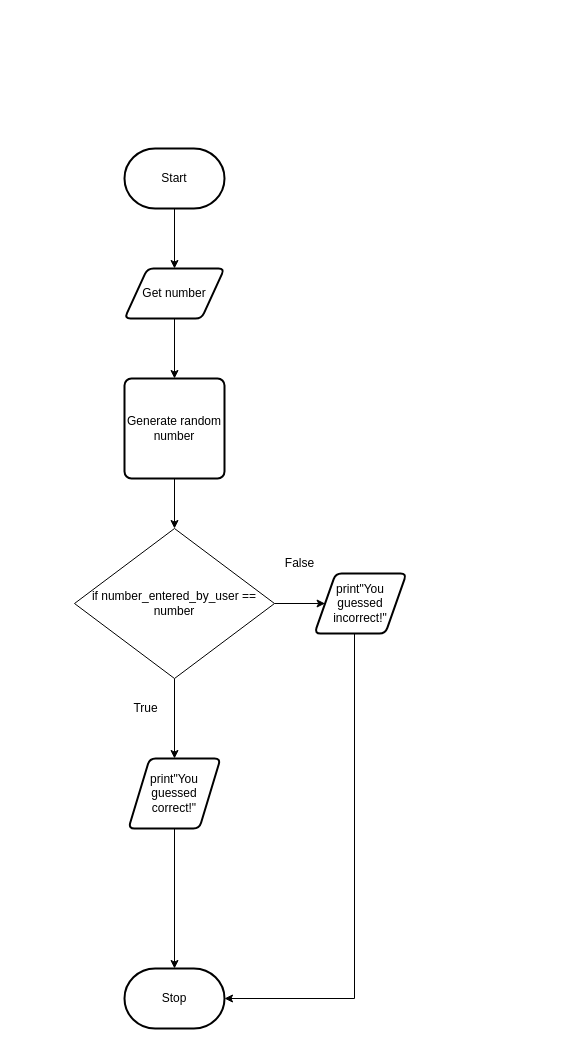
Before: flowchart.drawio in michael-clermont1/ICS3U-Unit6-01-Python, a draw.io diagram. Source tidied: cells renumbered, new cells numbered last; positions are measured from the earlier drawing's top-left corner, leaving out a move shared by most shapes. Both pictures are drawn from the tidied source at 100%, with x=0, y=0 at pixel (74, 148).
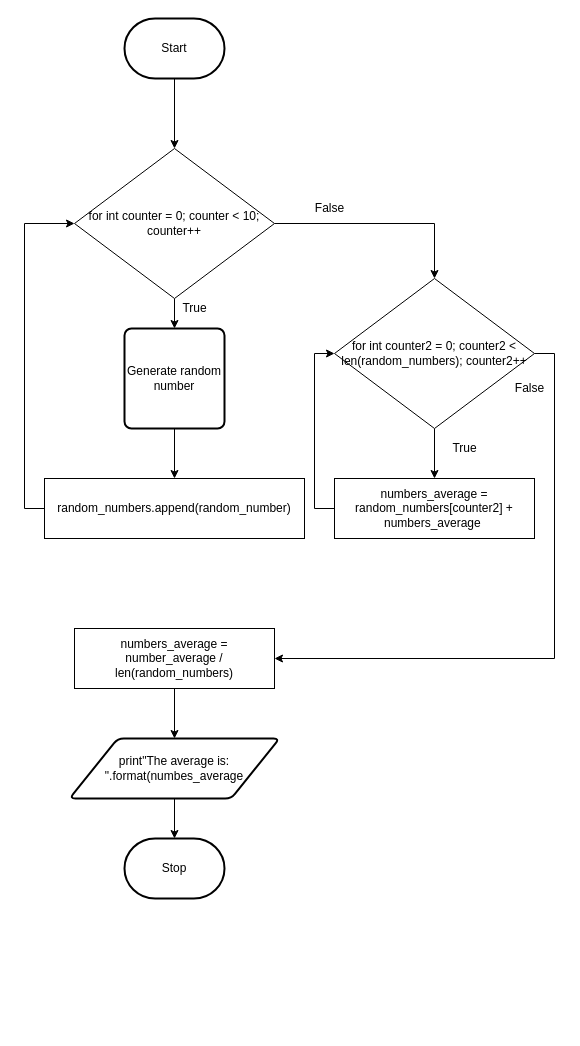
The same page after the edit.

The edit, as a diff of the source:
```diff
@@
-    <mxCell id="2" style="edgeStyle=orthogonalEdgeStyle;rounded=0;html=1;exitX=0.5;exitY=1;exitDx=0;exitDy=0;entryX=0.5;entryY=0;entryDx=0;entryDy=0;" parent="1" edge="1" source="3" target="17">
-      <mxGeometry relative="1" as="geometry" />
-    </mxCell>
-    <mxCell id="3" value="Get number" style="shape=parallelogram;html=1;strokeWidth=2;perimeter=parallelogramPerimeter;whiteSpace=wrap;rounded=1;arcSize=12;size=0.23;" parent="1" vertex="1">
-      <mxGeometry x="50" y="120" width="100" height="50" as="geometry" />
-    </mxCell>
-    <mxCell id="4" style="edgeStyle=orthogonalEdgeStyle;rounded=0;html=1;entryX=0.5;entryY=0;entryDx=0;entryDy=0;" parent="1" edge="1" source="5" target="3">
-      <mxGeometry relative="1" as="geometry" />
-    </mxCell>
+    <mxCell id="18" style="edgeStyle=orthogonalEdgeStyle;rounded=0;html=1;entryX=0.5;entryY=0;entryDx=0;entryDy=0;" parent="1" edge="1" source="5" target="13">
+      <mxGeometry relative="1" as="geometry" />
+    </mxCell>
     <mxCell id="5" value="Start" style="strokeWidth=2;html=1;shape=mxgraph.flowchart.terminator;whiteSpace=wrap;" parent="1" vertex="1">
-      <mxGeometry x="50" width="100" height="60" as="geometry" />
+      <mxGeometry x="50" y="-130" width="100" height="60" as="geometry" />
     </mxCell>
     <mxCell id="6" value="Stop" style="strokeWidth=2;html=1;shape=mxgraph.flowchart.terminator;whiteSpace=wrap;" parent="1" vertex="1">
-      <mxGeometry x="50" y="820" width="100" height="60" as="geometry" />
+      <mxGeometry x="50" y="690" width="100" height="60" as="geometry" />
     </mxCell>
-    <mxCell id="7" style="edgeStyle=orthogonalEdgeStyle;rounded=0;html=1;entryX=0.5;entryY=0;entryDx=0;entryDy=0;entryPerimeter=0;" parent="1" edge="1" source="8" target="6">
-      <mxGeometry relative="1" as="geometry" />
-    </mxCell>
-    <mxCell id="8" value="print&quot;You guessed correct!&quot;" style="shape=parallelogram;html=1;strokeWidth=2;perimeter=parallelogramPerimeter;whiteSpace=wrap;rounded=1;arcSize=12;size=0.23;" parent="1" vertex="1">
-      <mxGeometry x="54" y="610" width="92" height="70" as="geometry" />
-    </mxCell>
-    <mxCell id="9" style="edgeStyle=orthogonalEdgeStyle;rounded=0;html=1;entryX=1;entryY=0.5;entryDx=0;entryDy=0;entryPerimeter=0;" parent="1" edge="1" source="10" target="6">
-      <mxGeometry relative="1" as="geometry">
-        <Array as="points">
-          <mxPoint x="280" y="850" />
-        </Array>
-      </mxGeometry>
+    <mxCell id="9" style="edgeStyle=orthogonalEdgeStyle;rounded=0;html=1;entryX=0.5;entryY=0;entryDx=0;entryDy=0;entryPerimeter=0;" parent="1" edge="1" source="10" target="6">
+      <mxGeometry relative="1" as="geometry" />
     </mxCell>
-    <mxCell id="10" value="print&quot;You guessed incorrect!&quot;" style="shape=parallelogram;html=1;strokeWidth=2;perimeter=parallelogramPerimeter;whiteSpace=wrap;rounded=1;arcSize=12;size=0.23;" parent="1" vertex="1">
-      <mxGeometry x="240" y="425" width="92" height="60" as="geometry" />
+    <mxCell id="10" value="print&quot;The average is: &quot;.format(numbes_average" style="shape=parallelogram;html=1;strokeWidth=2;perimeter=parallelogramPerimeter;whiteSpace=wrap;rounded=1;arcSize=12;size=0.23;" parent="1" vertex="1">
+      <mxGeometry x="-5" y="590" width="210" height="60" as="geometry" />
     </mxCell>
-    <mxCell id="11" style="edgeStyle=none;html=1;entryX=0.5;entryY=0;entryDx=0;entryDy=0;" parent="1" edge="1" source="13" target="8">
-      <mxGeometry relative="1" as="geometry" />
-    </mxCell>
-    <mxCell id="12" style="edgeStyle=orthogonalEdgeStyle;html=1;entryX=0;entryY=0.5;entryDx=0;entryDy=0;" parent="1" edge="1" source="13" target="10">
-      <mxGeometry relative="1" as="geometry" />
-    </mxCell>
+    <mxCell id="19" style="edgeStyle=orthogonalEdgeStyle;rounded=0;html=1;entryX=0.5;entryY=0;entryDx=0;entryDy=0;" parent="1" edge="1" source="13" target="17">
+      <mxGeometry relative="1" as="geometry" />
+    </mxCell>
+    <mxCell id="20" style="edgeStyle=orthogonalEdgeStyle;rounded=0;html=1;entryX=0.5;entryY=0;entryDx=0;entryDy=0;" parent="1" edge="1" source="13" target="26">
+      <mxGeometry relative="1" as="geometry" />
+    </mxCell>
-    <mxCell id="13" value="&lt;span&gt;if number_entered_by_user == number&lt;/span&gt;" style="rhombus;whiteSpace=wrap;html=1;" parent="1" vertex="1">
-      <mxGeometry y="380" width="200" height="150" as="geometry" />
+    <mxCell id="13" value="for int counter = 0; counter &amp;lt; 10; counter++" style="rhombus;whiteSpace=wrap;html=1;" parent="1" vertex="1">
+      <mxGeometry width="200" height="150" as="geometry" />
     </mxCell>
     <mxCell id="14" value="False" style="text;html=1;align=center;verticalAlign=middle;fillColor=none;strokeColor=none;rounded=0;" parent="1" vertex="1">
-      <mxGeometry x="200" y="405" width="50" height="20" as="geometry" />
+      <mxGeometry x="430" y="230" width="50" height="20" as="geometry" />
     </mxCell>
     <mxCell id="15" value="True" style="text;html=1;align=center;verticalAlign=middle;fillColor=none;strokeColor=none;rounded=0;" parent="1" vertex="1">
-      <mxGeometry x="51" y="550" width="40" height="20" as="geometry" />
+      <mxGeometry x="370" y="290" width="40" height="20" as="geometry" />
     </mxCell>
-    <mxCell id="16" style="edgeStyle=orthogonalEdgeStyle;rounded=0;html=1;entryX=0.5;entryY=0;entryDx=0;entryDy=0;" parent="1" edge="1" source="17" target="13">
-      <mxGeometry relative="1" as="geometry" />
-    </mxCell>
+    <mxCell id="21" style="edgeStyle=orthogonalEdgeStyle;rounded=0;html=1;entryX=0.5;entryY=0;entryDx=0;entryDy=0;" parent="1" edge="1" source="17" target="23">
+      <mxGeometry relative="1" as="geometry" />
+    </mxCell>
     <mxCell id="17" value="Generate random number" style="rounded=1;whiteSpace=wrap;html=1;absoluteArcSize=1;arcSize=14;strokeWidth=2;" parent="1" vertex="1">
-      <mxGeometry x="50" y="230" width="100" height="100" as="geometry" />
+      <mxGeometry x="50" y="180" width="100" height="100" as="geometry" />
     </mxCell>
+    <mxCell id="22" style="edgeStyle=orthogonalEdgeStyle;rounded=0;html=1;entryX=0;entryY=0.5;entryDx=0;entryDy=0;" parent="1" edge="1" source="23" target="13">
+      <mxGeometry relative="1" as="geometry">
+        <Array as="points">
+          <mxPoint x="-50" y="360" />
+          <mxPoint x="-50" y="75" />
+        </Array>
+      </mxGeometry>
+    </mxCell>
+    <mxCell id="23" value="random_numbers.append(random_number)" style="rounded=0;whiteSpace=wrap;html=1;" parent="1" vertex="1">
+      <mxGeometry x="-30" y="330" width="260" height="60" as="geometry" />
+    </mxCell>
+    <mxCell id="24" style="edgeStyle=orthogonalEdgeStyle;rounded=0;html=1;entryX=0.5;entryY=0;entryDx=0;entryDy=0;" parent="1" edge="1" source="26" target="28">
+      <mxGeometry relative="1" as="geometry" />
+    </mxCell>
+    <mxCell id="25" style="edgeStyle=orthogonalEdgeStyle;rounded=0;html=1;entryX=1;entryY=0.5;entryDx=0;entryDy=0;" parent="1" edge="1" source="26" target="30">
+      <mxGeometry relative="1" as="geometry">
+        <Array as="points">
+          <mxPoint x="480" y="205" />
+          <mxPoint x="480" y="510" />
+        </Array>
+      </mxGeometry>
+    </mxCell>
+    <mxCell id="26" value="for int counter2 = 0; counter2 &amp;lt; len(random_numbers); counter2++" style="rhombus;whiteSpace=wrap;html=1;" parent="1" vertex="1">
+      <mxGeometry x="260" y="130" width="200" height="150" as="geometry" />
+    </mxCell>
+    <mxCell id="27" style="edgeStyle=orthogonalEdgeStyle;rounded=0;html=1;entryX=0;entryY=0.5;entryDx=0;entryDy=0;" parent="1" edge="1" source="28" target="26">
+      <mxGeometry relative="1" as="geometry">
+        <Array as="points">
+          <mxPoint x="240" y="360" />
+          <mxPoint x="240" y="205" />
+        </Array>
+      </mxGeometry>
+    </mxCell>
+    <mxCell id="28" value="numbers_average = random_numbers[counter2] + numbers_average&amp;nbsp;" style="rounded=0;whiteSpace=wrap;html=1;" parent="1" vertex="1">
+      <mxGeometry x="260" y="330" width="200" height="60" as="geometry" />
+    </mxCell>
+    <mxCell id="29" style="edgeStyle=orthogonalEdgeStyle;rounded=0;html=1;entryX=0.5;entryY=0;entryDx=0;entryDy=0;" parent="1" edge="1" source="30" target="10">
+      <mxGeometry relative="1" as="geometry" />
+    </mxCell>
+    <mxCell id="30" value="numbers_average = number_average / len(random_numbers)" style="rounded=0;whiteSpace=wrap;html=1;" parent="1" vertex="1">
+      <mxGeometry y="480" width="200" height="60" as="geometry" />
+    </mxCell>
+    <mxCell id="31" value="True" style="text;html=1;align=center;verticalAlign=middle;fillColor=none;strokeColor=none;rounded=0;" parent="1" vertex="1">
+      <mxGeometry x="100" y="150" width="40" height="20" as="geometry" />
+    </mxCell>
+    <mxCell id="32" value="False" style="text;html=1;align=center;verticalAlign=middle;fillColor=none;strokeColor=none;rounded=0;" parent="1" vertex="1">
+      <mxGeometry x="230" y="50" width="50" height="20" as="geometry" />
+    </mxCell>
```
